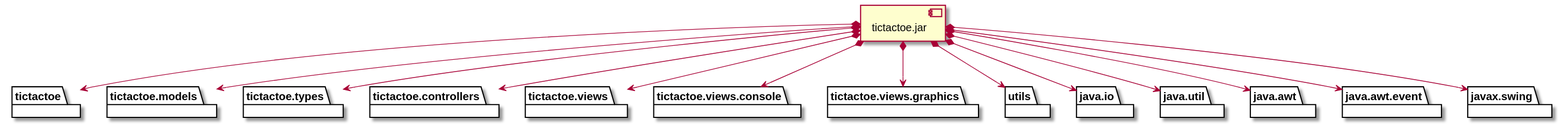
x-USantaTecla-game-ticTacToe/java keeps this PlantUML diagram as docs/build/docs/asciidoc/images/diagramaImplementacion.svg. Above is the earlier version.
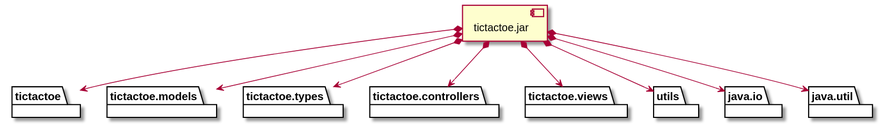
Later version of the same file.

What changed in the source:
```diff
@@ -10,21 +10,11 @@
 }
 package "  "  as tictactoe.views {
 }
-package "  "  as tictactoe.views.console {
-}
-package "  "  as tictactoe.views.graphics {
-}
 package "  "  as utils {
 }
 package "  "  as java.io {
 }
 package "  "  as java.util {
-}
-package "  "  as java.awt {
-}
-package "  "  as java.awt.event {
-}
-package "  "  as javax.swing {
 }
 
 [tictactoe.jar] as jar
@@ -34,12 +24,7 @@
 jar *--> tictactoe.types
 jar *--> tictactoe.controllers
 jar *--> tictactoe.views
-jar *--> tictactoe.views.console
-jar *--> tictactoe.views.graphics
 jar *--> utils
 jar *--> java.io
 jar *--> java.util
-jar *--> java.awt
-jar *--> java.awt.event
-jar *--> javax.swing
 @enduml
```
